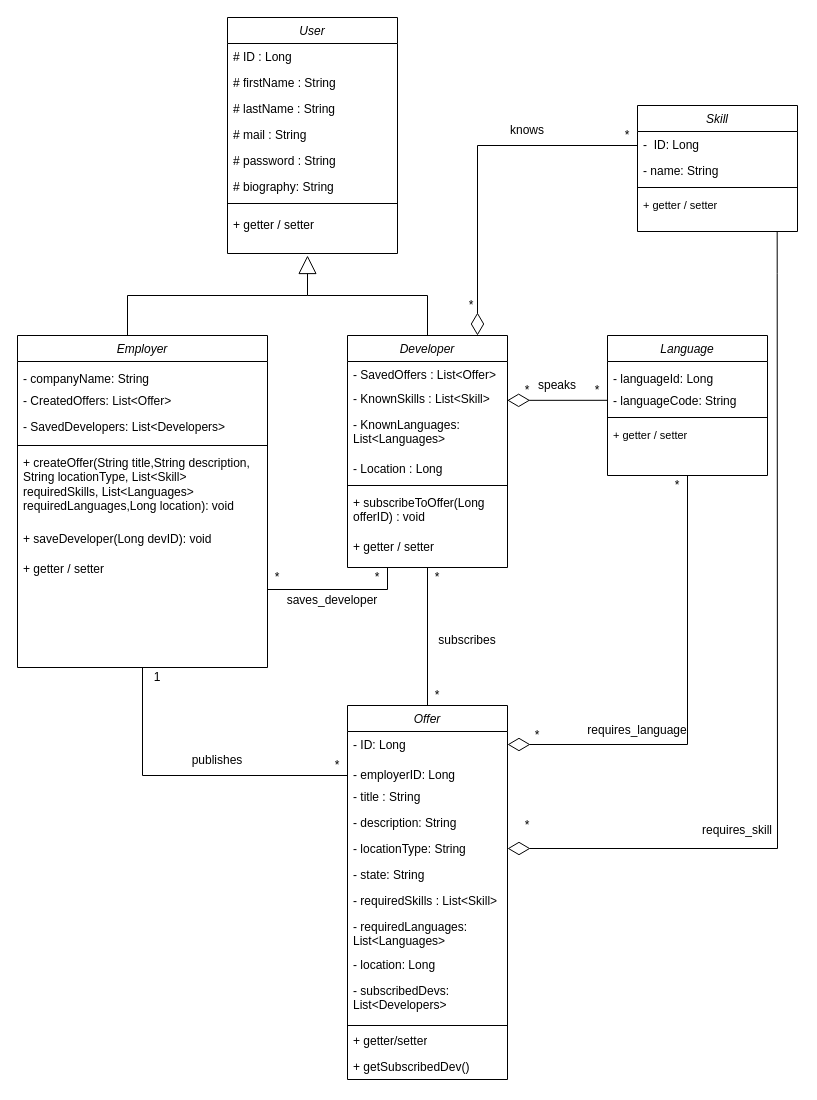
Before: Documentazione/3. Object Design Document/class_diagram_odd.drawio in JacopoPassariello/TuringCareers, a draw.io diagram. Source tidied: cells renumbered, new cells numbered last; positions are measured from the earlier drawing's top-left corner, leaving out a move shared by most shapes. Both pictures are drawn from the tidied source at 100%, with x=0, y=0 at pixel (17, 17).
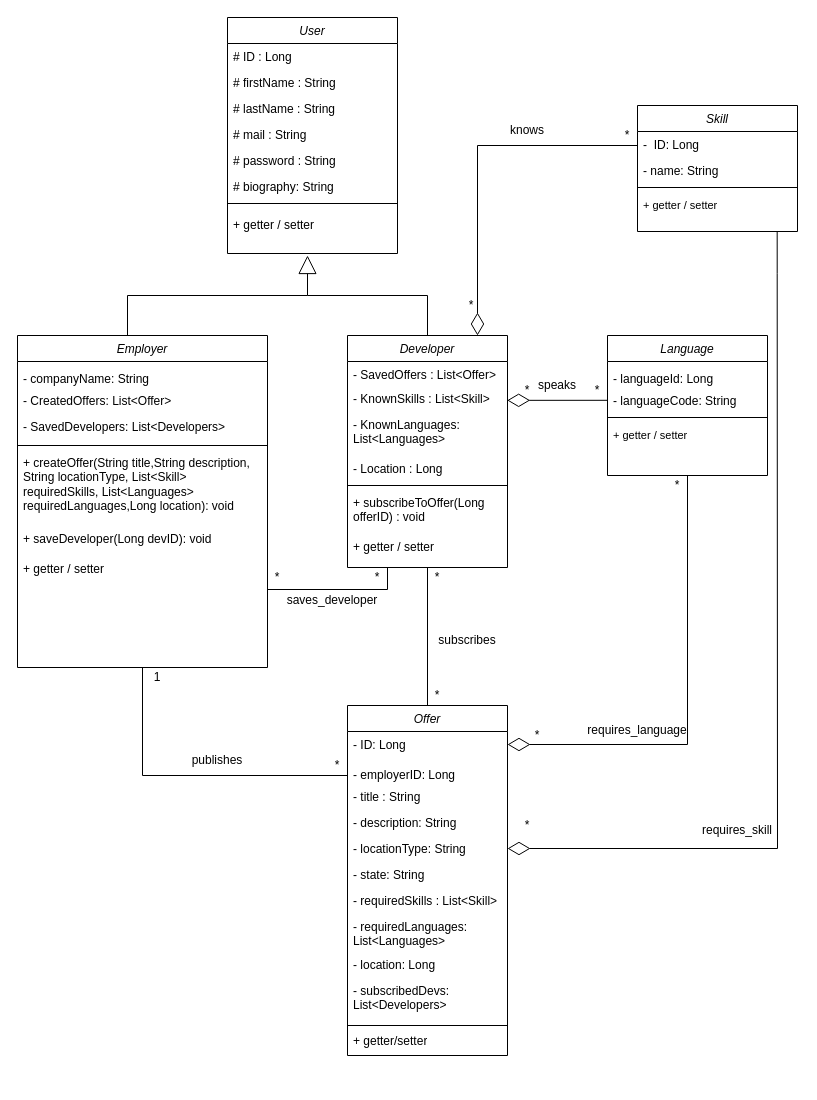
Above is the later version.

Commit message (it also covers changes not shown here):
modìifica diagrammi

What changed in the source:
```diff
@@
     <mxCell id="32" value="Offer" style="swimlane;fontStyle=2;align=center;verticalAlign=top;horizontal=1;startSize=26;rounded=0;shadow=0;strokeWidth=1;" parent="1" vertex="1">
-      <mxGeometry x="330" y="688" width="160" height="374" as="geometry" />
+      <mxGeometry x="330" y="688" width="160" height="350" as="geometry" />
     </mxCell>
@@
-    <mxCell id="45" value="+ getSubscribedDev()" style="text;strokeColor=none;fillColor=none;align=left;verticalAlign=top;spacingLeft=4;spacingRight=4;overflow=hidden;whiteSpace=wrap;html=1;" parent="32" vertex="1">
-      <mxGeometry y="348" width="160" height="26" as="geometry" />
-    </mxCell>
```
